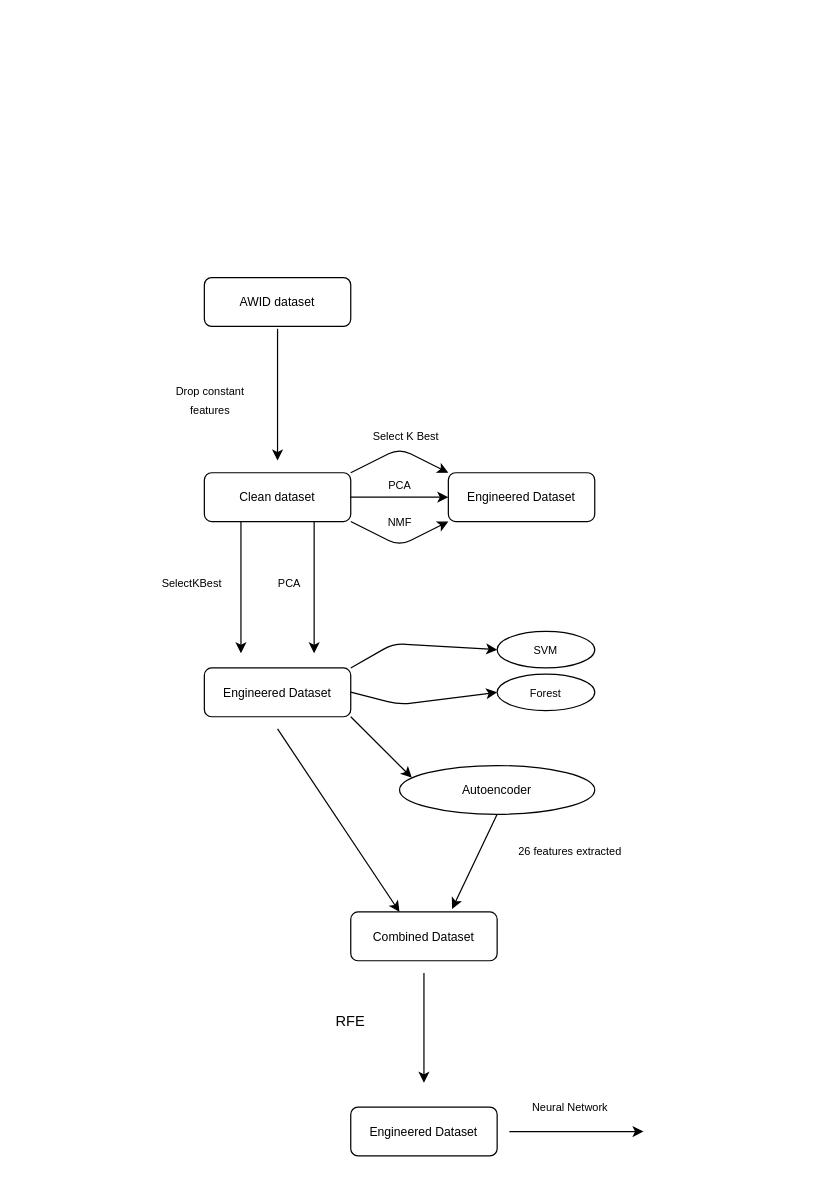
acicca01/cyber keeps this draw.io diagram as Process Flow.drawio. Above is the earlier version. Source tidied: cells renumbered, new cells numbered last; positions are measured from the earlier drawing's top-left corner, leaving out a move shared by most shapes. Both pictures are drawn from the tidied source at 122%, with x=0, y=0 at pixel (143, 277).
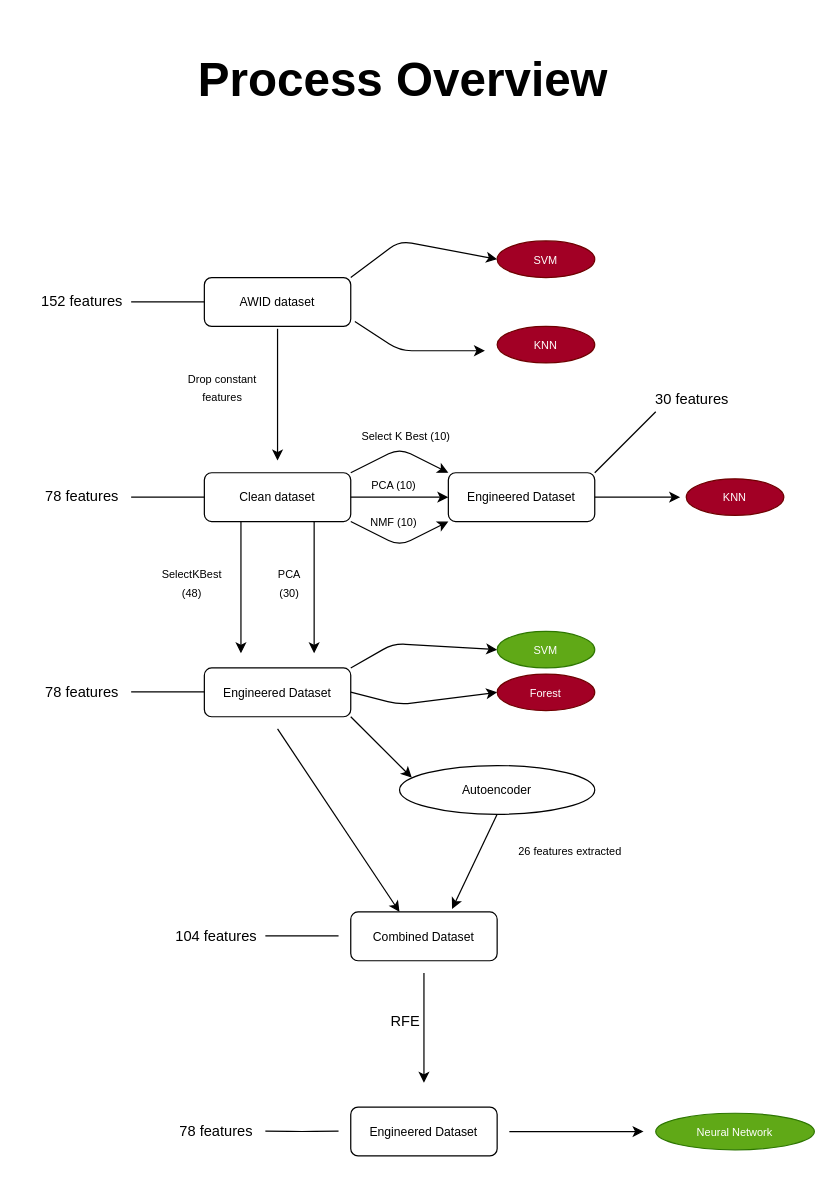
Above is the later version.

The change refers to these unchanged cells:
```xml
<mxCell id="2" value="&lt;font style=&quot;font-size: 10px&quot;&gt;AWID dataset&lt;/font&gt;" style="rounded=1;whiteSpace=wrap;html=1;" parent="1" vertex="1">
  <mxGeometry x="50" width="120" height="40" as="geometry" />
</mxCell>
```

Diff of the diagram source:
```diff
@@
     <mxCell id="5" value="&lt;font style=&quot;font-size: 9px&quot;&gt;&lt;font style=&quot;font-size: 9px&quot;&gt;Drop cons&lt;/font&gt;tant features&lt;/font&gt;" style="text;html=1;strokeColor=none;fillColor=none;align=center;verticalAlign=middle;whiteSpace=wrap;rounded=0;" parent="1" vertex="1">
-      <mxGeometry x="20" y="90" width="70" height="20" as="geometry" />
+      <mxGeometry x="30" y="80" width="70" height="20" as="geometry" />
     </mxCell>
@@
-    <mxCell id="9" value="&lt;font style=&quot;font-size: 9px&quot;&gt;Select K Best&lt;/font&gt;" style="text;html=1;align=center;verticalAlign=middle;" parent="1" vertex="1">
-      <mxGeometry x="180" y="120" width="70" height="20" as="geometry" />
+    <mxCell id="9" value="&lt;font style=&quot;font-size: 9px&quot;&gt;Select K Best (10)&lt;/font&gt;" style="text;html=1;align=center;verticalAlign=middle;" parent="1" vertex="1">
+      <mxGeometry x="170" y="120" width="90" height="20" as="geometry" />
     </mxCell>
-    <mxCell id="10" value="&lt;font style=&quot;font-size: 9px&quot;&gt;PCA&lt;/font&gt;" style="text;html=1;align=center;verticalAlign=middle;" parent="1" vertex="1">
-      <mxGeometry x="195" y="160" width="30" height="20" as="geometry" />
+    <mxCell id="10" value="&lt;font style=&quot;font-size: 9px&quot;&gt;PCA (10)&lt;/font&gt;" style="text;html=1;align=center;verticalAlign=middle;" parent="1" vertex="1">
+      <mxGeometry x="180" y="160" width="50" height="20" as="geometry" />
     </mxCell>
@@
-    <mxCell id="12" value="&lt;font style=&quot;font-size: 9px&quot;&gt;NMF&lt;/font&gt;" style="text;html=1;align=center;verticalAlign=middle;" parent="1" vertex="1">
-      <mxGeometry x="190" y="190" width="40" height="20" as="geometry" />
+    <mxCell id="12" value="&lt;font style=&quot;font-size: 9px&quot;&gt;NMF (10)&lt;/font&gt;" style="text;html=1;align=center;verticalAlign=middle;" parent="1" vertex="1">
+      <mxGeometry x="180" y="190" width="50" height="20" as="geometry" />
     </mxCell>
@@
-    <mxCell id="16" value="&lt;font style=&quot;font-size: 9px&quot;&gt;SelectKBest&lt;/font&gt;" style="text;html=1;strokeColor=none;fillColor=none;align=center;verticalAlign=middle;whiteSpace=wrap;rounded=0;rotation=0;" parent="1" vertex="1">
+    <mxCell id="16" value="&lt;font style=&quot;font-size: 9px&quot;&gt;SelectKBest&lt;br&gt;(48)&lt;br&gt;&lt;/font&gt;" style="text;html=1;strokeColor=none;fillColor=none;align=center;verticalAlign=middle;whiteSpace=wrap;rounded=0;rotation=0;" parent="1" vertex="1">
       <mxGeometry y="240" width="80" height="20" as="geometry" />
     </mxCell>
-    <mxCell id="17" value="&lt;font style=&quot;font-size: 9px&quot;&gt;PCA&lt;/font&gt;" style="text;html=1;strokeColor=none;fillColor=none;align=center;verticalAlign=middle;whiteSpace=wrap;rounded=0;" parent="1" vertex="1">
+    <mxCell id="17" value="&lt;font style=&quot;font-size: 9px&quot;&gt;PCA&lt;br&gt;(30)&lt;br&gt;&lt;/font&gt;" style="text;html=1;strokeColor=none;fillColor=none;align=center;verticalAlign=middle;whiteSpace=wrap;rounded=0;" parent="1" vertex="1">
       <mxGeometry x="80" y="240" width="80" height="20" as="geometry" />
     </mxCell>
@@
-    <mxCell id="20" value="&lt;font style=&quot;font-size: 9px&quot;&gt;SVM&lt;/font&gt;" style="ellipse;whiteSpace=wrap;html=1;" parent="1" vertex="1">
+    <mxCell id="20" value="&lt;font style=&quot;font-size: 9px&quot;&gt;SVM&lt;/font&gt;" style="ellipse;whiteSpace=wrap;html=1;fillColor=#60a917;strokeColor=#2D7600;fontColor=#ffffff;" parent="1" vertex="1">
       <mxGeometry x="290" y="290" width="80" height="30" as="geometry" />
     </mxCell>
-    <mxCell id="21" value="&lt;font style=&quot;font-size: 9px&quot;&gt;Forest&lt;/font&gt;" style="ellipse;whiteSpace=wrap;html=1;" parent="1" vertex="1">
+    <mxCell id="21" value="&lt;font style=&quot;font-size: 9px&quot;&gt;Forest&lt;/font&gt;" style="ellipse;whiteSpace=wrap;html=1;fillColor=#a20025;strokeColor=#6F0000;fontColor=#ffffff;" parent="1" vertex="1">
       <mxGeometry x="290" y="325" width="80" height="30" as="geometry" />
     </mxCell>
@@
     <mxCell id="29" value="RFE" style="text;html=1;strokeColor=none;fillColor=none;align=center;verticalAlign=middle;whiteSpace=wrap;rounded=0;" parent="1" vertex="1">
-      <mxGeometry x="130" y="600" width="80" height="20" as="geometry" />
+      <mxGeometry x="185" y="600" width="60" height="20" as="geometry" />
     </mxCell>
@@
+    <mxCell id="33" style="endArrow=none;html=1;" parent="1" edge="1">
+      <mxGeometry relative="1" as="geometry">
+        <mxPoint x="-10" y="20" as="sourcePoint" />
+        <mxPoint x="50" y="20" as="targetPoint" />
+      </mxGeometry>
+    </mxCell>
+    <mxCell id="34" value="152 features" style="text;html=1;strokeColor=none;fillColor=none;align=center;verticalAlign=middle;whiteSpace=wrap;rounded=0;" parent="1" vertex="1">
+      <mxGeometry x="-100" y="10" width="100" height="20" as="geometry" />
+    </mxCell>
+    <mxCell id="35" style="endArrow=none;html=1;" parent="1" edge="1">
+      <mxGeometry relative="1" as="geometry">
+        <mxPoint x="-10" y="180" as="sourcePoint" />
+        <mxPoint x="50" y="180" as="targetPoint" />
+      </mxGeometry>
+    </mxCell>
+    <mxCell id="36" value="78 features" style="text;html=1;strokeColor=none;fillColor=none;align=center;verticalAlign=middle;whiteSpace=wrap;rounded=0;" parent="1" vertex="1">
+      <mxGeometry x="-100" y="170" width="100" height="20" as="geometry" />
+    </mxCell>
+    <mxCell id="37" style="endArrow=none;html=1;" parent="1" edge="1">
+      <mxGeometry relative="1" as="geometry">
+        <mxPoint x="370" y="160" as="sourcePoint" />
+        <mxPoint x="420" y="110" as="targetPoint" />
+      </mxGeometry>
+    </mxCell>
+    <mxCell id="38" value="30 features" style="text;html=1;strokeColor=none;fillColor=none;align=center;verticalAlign=middle;whiteSpace=wrap;rounded=0;" parent="1" vertex="1">
+      <mxGeometry x="400" y="90" width="100" height="20" as="geometry" />
+    </mxCell>
+    <mxCell id="39" style="endArrow=none;html=1;" parent="1" edge="1">
+      <mxGeometry relative="1" as="geometry">
+        <mxPoint x="-10" y="339.7" as="sourcePoint" />
+        <mxPoint x="50" y="339.7" as="targetPoint" />
+      </mxGeometry>
+    </mxCell>
+    <mxCell id="40" value="78 features" style="text;html=1;strokeColor=none;fillColor=none;align=center;verticalAlign=middle;whiteSpace=wrap;rounded=0;" parent="1" vertex="1">
+      <mxGeometry x="-100" y="330" width="100" height="20" as="geometry" />
+    </mxCell>
+    <mxCell id="41" style="endArrow=none;html=1;" parent="1" edge="1">
+      <mxGeometry relative="1" as="geometry">
+        <mxPoint x="100" y="539.7" as="sourcePoint" />
+        <mxPoint x="160" y="539.7" as="targetPoint" />
+      </mxGeometry>
+    </mxCell>
+    <mxCell id="42" value="104 features" style="text;html=1;strokeColor=none;fillColor=none;align=center;verticalAlign=middle;whiteSpace=wrap;rounded=0;" parent="1" vertex="1">
+      <mxGeometry x="10" y="530" width="100" height="20" as="geometry" />
+    </mxCell>
+    <mxCell id="43" style="endArrow=none;html=1;" parent="1" edge="1">
+      <mxGeometry relative="1" as="geometry">
+        <mxPoint x="100" y="699.7" as="sourcePoint" />
+        <mxPoint x="160" y="699.7" as="targetPoint" />
+        <Array as="points">
+          <mxPoint x="130" y="700" />
+        </Array>
+      </mxGeometry>
+    </mxCell>
+    <mxCell id="44" value="78 features" style="text;html=1;strokeColor=none;fillColor=none;align=center;verticalAlign=middle;whiteSpace=wrap;rounded=0;" parent="1" vertex="1">
+      <mxGeometry x="10" y="690" width="100" height="20" as="geometry" />
+    </mxCell>
-    <mxCell id="32" value="&lt;font style=&quot;font-size: 9px&quot;&gt;Neural Network&lt;/font&gt;" style="text;html=1;strokeColor=none;fillColor=none;align=center;verticalAlign=middle;whiteSpace=wrap;rounded=0;" parent="1" vertex="1">
-      <mxGeometry x="310" y="670" width="80" height="20" as="geometry" />
+    <mxCell id="32" value="&lt;span style=&quot;font-size: 9px&quot;&gt;Neural Network&lt;/span&gt;" style="ellipse;whiteSpace=wrap;html=1;fillColor=#60a917;strokeColor=#2D7600;fontColor=#ffffff;" parent="1" vertex="1">
+      <mxGeometry x="420" y="685" width="130" height="30" as="geometry" />
     </mxCell>
+    <mxCell id="45" value="&lt;font style=&quot;font-size: 9px&quot;&gt;SVM&lt;/font&gt;" style="ellipse;whiteSpace=wrap;html=1;fillColor=#a20025;strokeColor=#6F0000;fontColor=#ffffff;" parent="1" vertex="1">
+      <mxGeometry x="290" y="-30" width="80" height="30" as="geometry" />
+    </mxCell>
+    <mxCell id="46" value="&lt;font style=&quot;font-size: 9px&quot;&gt;KNN&lt;/font&gt;" style="ellipse;whiteSpace=wrap;html=1;fillColor=#a20025;strokeColor=#6F0000;fontColor=#ffffff;" parent="1" vertex="1">
+      <mxGeometry x="290" y="40" width="80" height="30" as="geometry" />
+    </mxCell>
+    <mxCell id="47" style="endArrow=classic;html=1;entryX=0;entryY=0.5;entryDx=0;entryDy=0;" parent="1" edge="1" target="45">
+      <mxGeometry relative="1" as="geometry">
+        <mxPoint x="170" as="sourcePoint" />
+        <Array as="points">
+          <mxPoint x="210" y="-30" />
+        </Array>
+      </mxGeometry>
+    </mxCell>
+    <mxCell id="48" style="endArrow=classic;html=1;exitX=1.028;exitY=0.9;exitDx=0;exitDy=0;exitPerimeter=0;" parent="1" edge="1" source="2">
+      <mxGeometry relative="1" as="geometry">
+        <mxPoint x="280" y="60" as="targetPoint" />
+        <Array as="points">
+          <mxPoint x="210" y="60" />
+        </Array>
+      </mxGeometry>
+    </mxCell>
+    <mxCell id="49" style="endArrow=classic;html=1;" parent="1" edge="1">
+      <mxGeometry relative="1" as="geometry">
+        <mxPoint x="370" y="180" as="sourcePoint" />
+        <mxPoint x="440" y="180" as="targetPoint" />
+      </mxGeometry>
+    </mxCell>
+    <mxCell id="50" value="&lt;font style=&quot;font-size: 9px&quot;&gt;KNN&lt;/font&gt;" style="ellipse;whiteSpace=wrap;html=1;fillColor=#a20025;strokeColor=#6F0000;fontColor=#ffffff;" parent="1" vertex="1">
+      <mxGeometry x="445" y="165" width="80" height="30" as="geometry" />
+    </mxCell>
+    <mxCell id="51" value="&lt;h1 style=&quot;font-size: 39px&quot;&gt;&lt;font style=&quot;font-size: 39px&quot;&gt;Process Overview&lt;/font&gt;&lt;/h1&gt;&lt;p style=&quot;font-size: 39px&quot;&gt;&lt;font style=&quot;font-size: 39px&quot;&gt;&amp;nbsp;&lt;/font&gt;&lt;/p&gt;" style="text;html=1;strokeColor=none;fillColor=none;spacing=5;spacingTop=-20;whiteSpace=wrap;overflow=hidden;rounded=0;" parent="1" vertex="1">
+      <mxGeometry x="40" y="-200" width="380" height="120" as="geometry" />
+    </mxCell>
```
